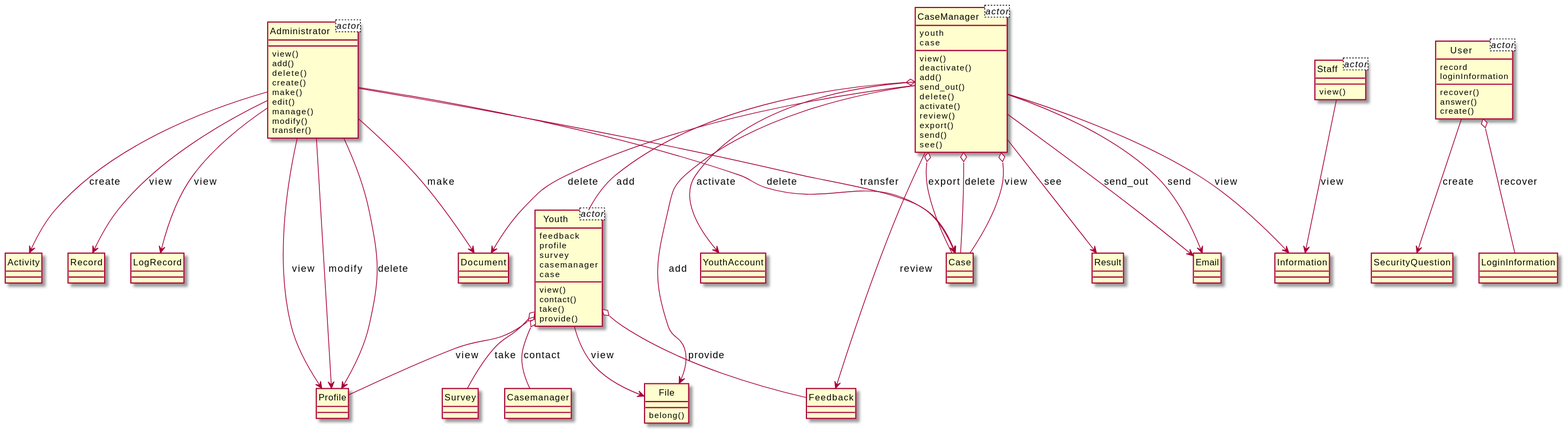
Above: output/diagram_5/2016-USC-Project10.svg in xixixhalu/DomainModelExtractor (PlantUML), before the change.
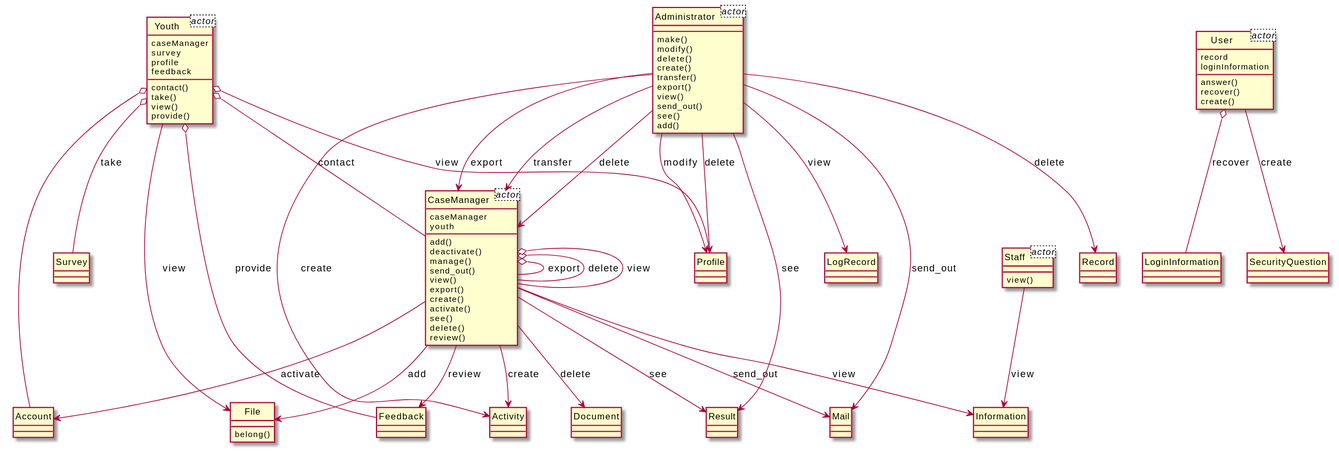
The same file after the commit.

Diff of the diagram source:
```diff
@@ -1,15 +1,14 @@
 @startuml
 hide circle
 class Youth<actor> {
+	caseManager
+	survey
+	profile
 	feedback
-	profile
-	survey
-	casemanager
-	case
 }
 class CaseManager<actor> {
+	caseManager
 	youth
-	case
 }
 class Administrator<actor> {
 }
@@ -19,103 +18,102 @@
 }
 class Staff<actor> {
 }
-class CaseManager {
+class Account {
+}
+class Administrator {
+	make()
+	modify()
+	delete()
+	create()
+	transfer()
+	export()
 	view()
-	deactivate()
+	send_out()
+	see()
 	add()
-	send_out()
-	delete()
-	activate()
-	review()
-	export()
-	send()
-	see()
 }
 class Youth {
-	view()
 	contact()
 	take()
+	view()
 	provide()
+}
+class CaseManager {
+	add()
+	deactivate()
+	manage()
+	send_out()
+	view()
+	export()
+	create()
+	activate()
+	see()
+	delete()
+	review()
+}
+class LogRecord {
+}
+class Information {
+}
+class Profile {
 }
 class Document {
 }
-class Case {
+class Feedback {
 }
-class Administrator {
+class Mail {
+}
+class User {
+	answer()
+	recover()
+	create()
+}
+class LoginInformation {
+}
+class Staff {
 	view()
-	add()
-	delete()
-	create()
-	make()
-	edit()
-	manage()
-	modify()
-	transfer()
+}
+class Survey {
+}
+class Activity {
 }
 class Result {
-}
-class Casemanager {
-}
-class User {
-	recover()
-	answer()
-	create()
-}
-class LogRecord {
-}
-class Email {
 }
 class File {
 	belong()
 }
-class Staff {
-	view()
-}
-class Information {
-}
-class Survey {
-}
-class Feedback {
-}
-class Profile {
-}
-class Activity {
+class Record {
 }
 class SecurityQuestion {
 }
-class YouthAccount {
-}
-class Record {
-}
-class LoginInformation {
-}
+CaseManager o-- CaseManager : export
+CaseManager --> Document : delete
+Administrator --> CaseManager : export
+Youth o-- Profile : view
+CaseManager o-- CaseManager : delete
+Administrator --> Profile : delete
+Administrator --> Record : delete
+CaseManager --> Feedback : review
+Administrator --> Activity : create
+CaseManager --> File : add
+CaseManager --> Mail : send_out
+Administrator --> Mail : send_out
+Youth o-- Feedback : provide
+Youth o-- CaseManager : contact
+Youth --> File : view
+User o-- LoginInformation : recover
+CaseManager o-- CaseManager : view
+Staff --> Information : view
+Administrator --> LogRecord : view
+CaseManager --> Account : activate
+Administrator --> Profile : modify
+Administrator --> Result : see
+Youth o-- Account
+Administrator --> CaseManager : transfer
+Administrator --> CaseManager : delete
 CaseManager --> Result : see
-CaseManager --> Email : send_out
-CaseManager o-- Youth : add
-Youth o-- Profile : view
-Youth o-- Casemanager : contact
-Administrator --> Profile : modify
-Administrator --> Activity : create
-Administrator --> LogRecord : view
 User --> SecurityQuestion : create
-CaseManager --> Email : send
-CaseManager --> YouthAccount : activate
-Youth --> File : view
-Administrator --> Case : delete
-Administrator --> Record : view
+Youth o-- Survey : take
+CaseManager --> Activity : create
 CaseManager --> Information : view
-Staff --> Information : view
-User o-- LoginInformation : recover
-Youth o-- Survey : take
-Administrator --> Profile : delete
-Administrator --> Case : transfer
-CaseManager --> Document : delete
-Youth o-- Feedback : provide
-CaseManager o-- Case : export
-CaseManager o-- Case : delete
-Administrator --> Profile : view
-CaseManager o-- Case : view
-CaseManager --> File : add
-Administrator --> Document : make
-CaseManager --> Feedback : review
 @enduml
```
